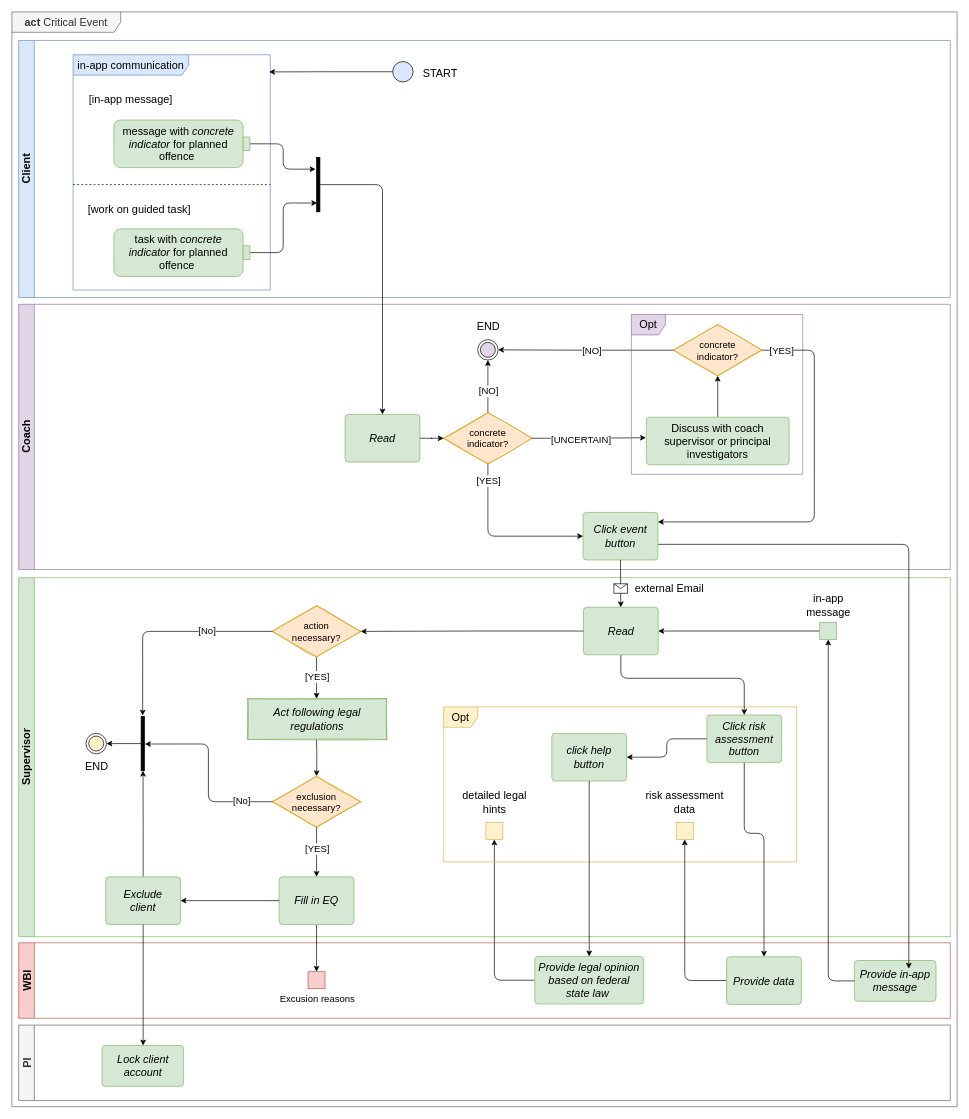
This is page "act_Critical_Event" (5 of 8) of _diagrams/mtDiagrams.drawio from peterfromberger/mtLancetSupplementNEW, a draw.io file, before an edit. Source tidied: cells renumbered, new cells numbered last; positions are measured from the earlier drawing's top-left corner, leaving out a move shared by most shapes. Both pictures are drawn from the tidied source at 68%, with x=0, y=0 at pixel (12, 12).
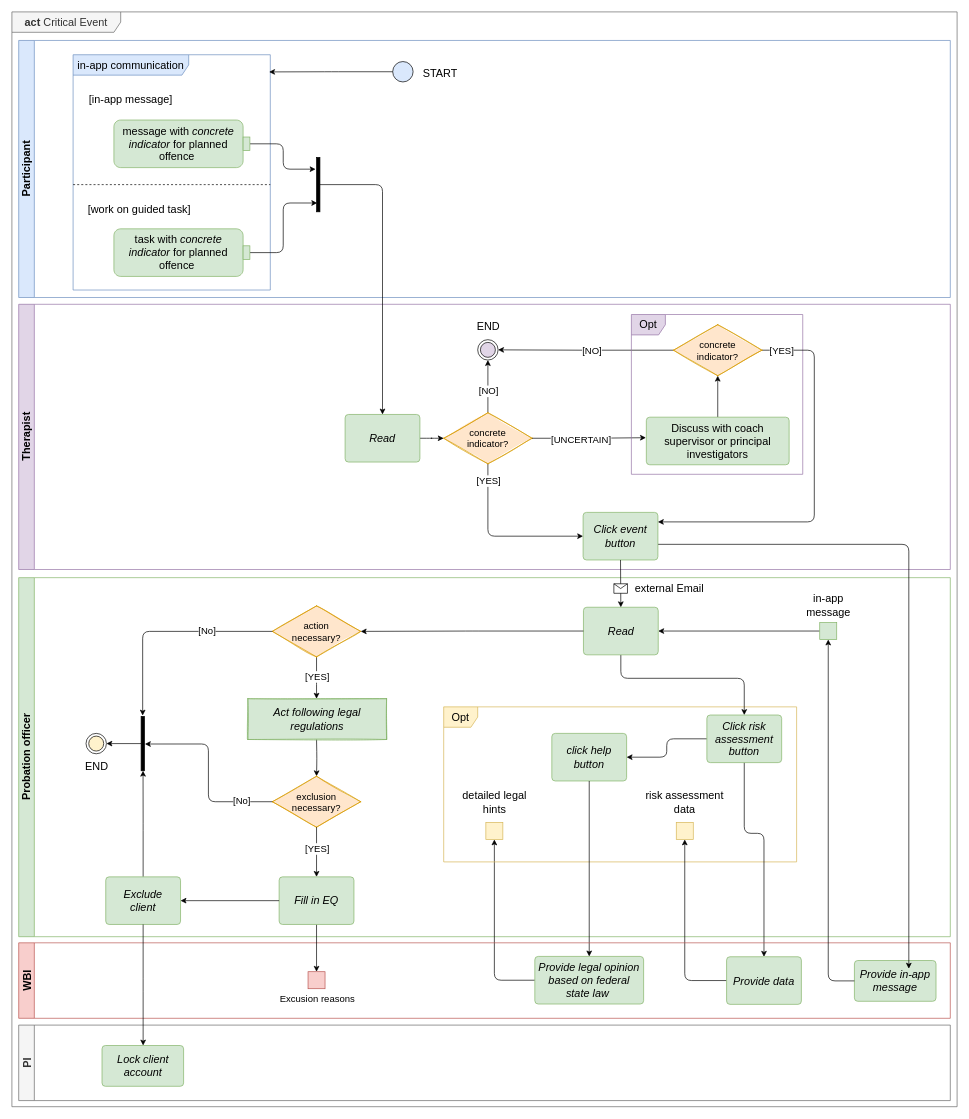
The same page after the edit.

Unchanged cells that the change refers to:
```xml
<mxCell id="2" value="&lt;font style=&quot;font-size: 16px;&quot;&gt;&lt;b&gt;act &lt;/b&gt;Critical Event&lt;/font&gt;" style="shape=umlFrame;whiteSpace=wrap;html=1;width=160;fillColor=#f5f5f5;fontColor=#333333;strokeColor=#666666;" parent="1" vertex="1">
  <mxGeometry width="1390" height="1610" as="geometry" />
</mxCell>
```

The edit, as a diff of the source:
```diff
@@
-    <mxCell id="3" value="&lt;font style=&quot;font-size: 16px;&quot;&gt;Client&lt;/font&gt;" style="swimlane;horizontal=0;whiteSpace=wrap;html=1;fillColor=#dae8fc;strokeColor=#6c8ebf;" parent="2" vertex="1">
+    <mxCell id="3" value="&lt;font style=&quot;font-size: 16px;&quot;&gt;Participant&lt;/font&gt;" style="swimlane;horizontal=0;whiteSpace=wrap;html=1;fillColor=#dae8fc;strokeColor=#6c8ebf;" parent="2" vertex="1">
       <mxGeometry x="10" y="42" width="1370" height="378" as="geometry" />
     </mxCell>
@@
-    <mxCell id="6" value="&lt;font style=&quot;font-size: 16px;&quot;&gt;Coach&lt;/font&gt;" style="swimlane;horizontal=0;whiteSpace=wrap;html=1;fillColor=#e1d5e7;strokeColor=#9673a6;" parent="2" vertex="1">
+    <mxCell id="6" value="&lt;font style=&quot;font-size: 16px;&quot;&gt;Therapist&lt;/font&gt;" style="swimlane;horizontal=0;whiteSpace=wrap;html=1;fillColor=#e1d5e7;strokeColor=#9673a6;" parent="2" vertex="1">
       <mxGeometry x="10" y="430" width="1370" height="390" as="geometry" />
     </mxCell>
@@
-    <mxCell id="8" value="&lt;font style=&quot;font-size: 16px;&quot;&gt;Supervisor&lt;/font&gt;" style="swimlane;horizontal=0;whiteSpace=wrap;html=1;fillColor=#d5e8d4;strokeColor=#82b366;startSize=23;" parent="2" vertex="1">
+    <mxCell id="8" value="&lt;font style=&quot;font-size: 16px;&quot;&gt;Probation officer&lt;/font&gt;" style="swimlane;horizontal=0;whiteSpace=wrap;html=1;fillColor=#d5e8d4;strokeColor=#82b366;startSize=23;" parent="2" vertex="1">
       <mxGeometry x="10" y="832" width="1370" height="528" as="geometry" />
     </mxCell>
```
